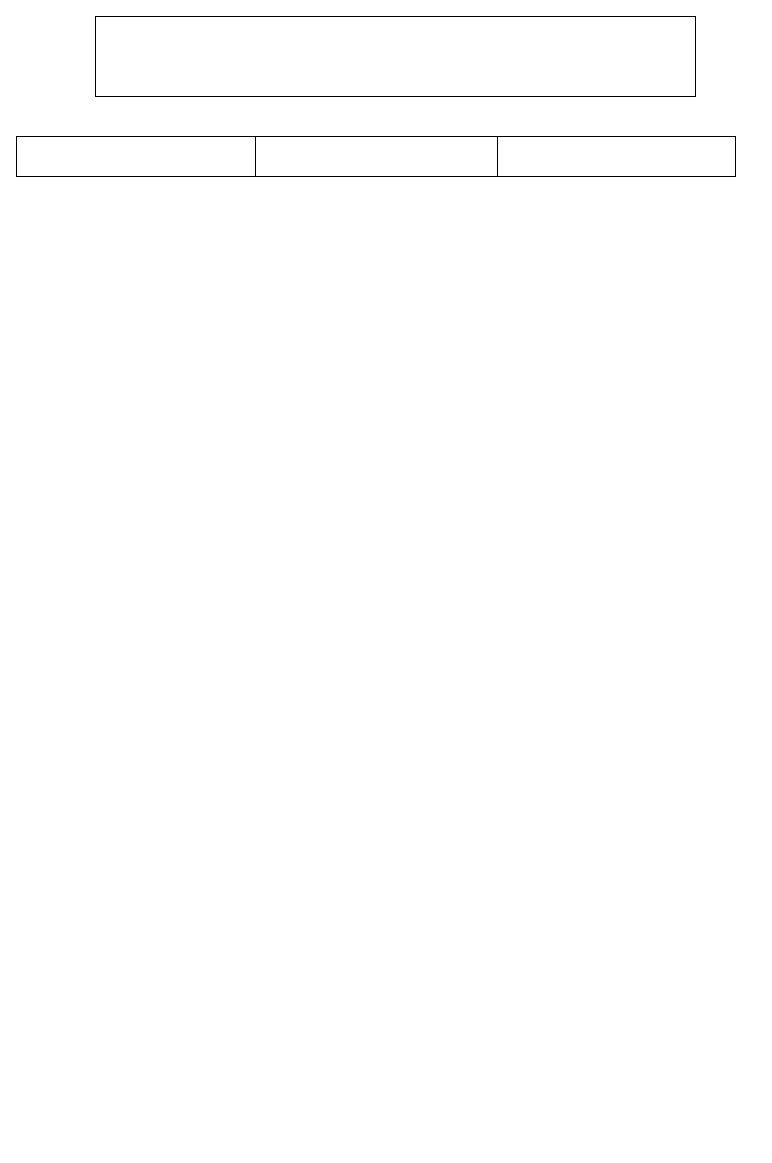
Above: Diagramme sans nom.drawio in Ngouabira/valdy-ngouabira-portfolio (draw.io), before the change. Source tidied: cells renumbered, new cells numbered last; positions are measured from the earlier drawing's top-left corner, leaving out a move shared by most shapes. Both pictures are drawn from the tidied source at 100%, with x=0, y=0 at pixel (16, 16). Pictures stored in the file or linked from it are replaced by grey dashed boxes.
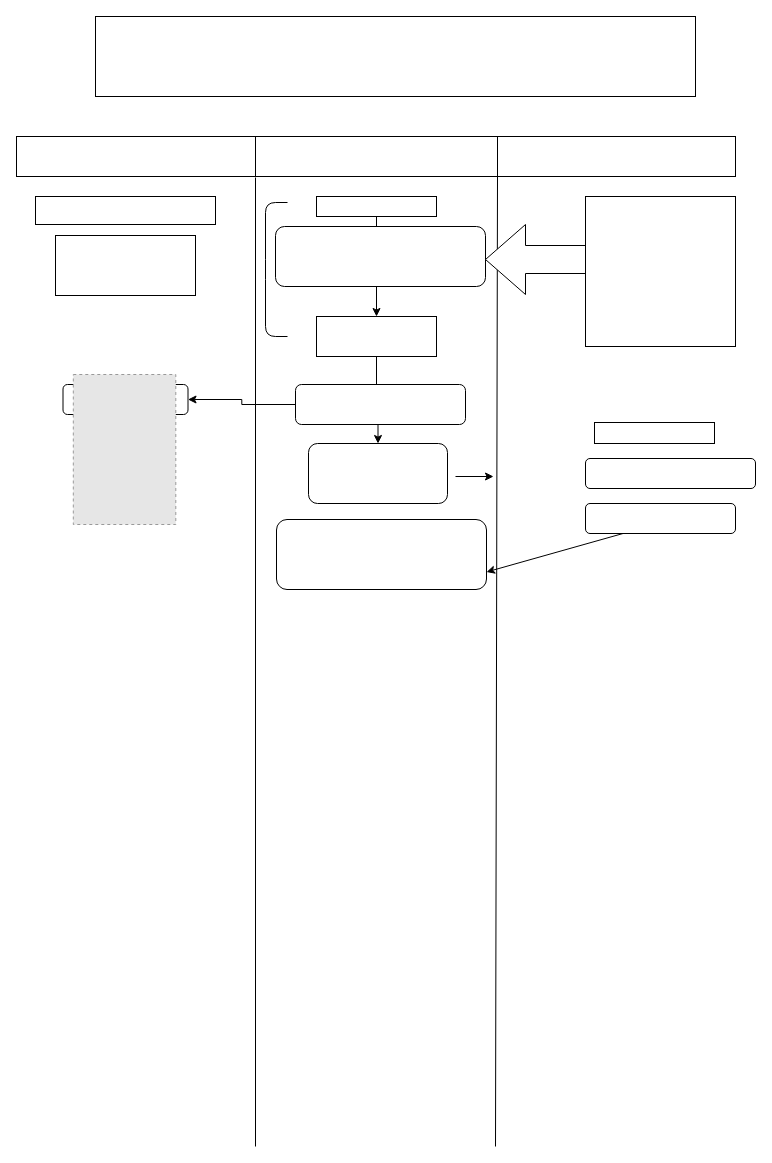
After the change.

Commit message:
Mettre à jour Diagramme sans nom.drawio

Diff of the diagram source:
```diff
@@
+    <mxCell id="6" style="endArrow=none;html=1;rounded=0;" parent="1" edge="1">
+      <mxGeometry relative="1" as="geometry">
+        <mxPoint x="239" y="1130" as="sourcePoint" />
+        <mxPoint x="239" y="161" as="targetPoint" />
+      </mxGeometry>
+    </mxCell>
+    <mxCell id="7" style="endArrow=none;html=1;rounded=0;" parent="1" edge="1">
+      <mxGeometry relative="1" as="geometry">
+        <mxPoint x="479" y="1130" as="sourcePoint" />
+        <mxPoint x="481" y="160" as="targetPoint" />
+      </mxGeometry>
+    </mxCell>
+    <mxCell id="8" style="rounded=0;whiteSpace=wrap;html=1;" parent="1" vertex="1">
+      <mxGeometry x="19" y="180" width="180" height="28" as="geometry" />
+    </mxCell>
+    <mxCell id="9" style="rounded=0;whiteSpace=wrap;html=1;" parent="1" vertex="1">
+      <mxGeometry x="39" y="219" width="140" height="60" as="geometry" />
+    </mxCell>
+    <mxCell id="10" style="edgeStyle=orthogonalEdgeStyle;rounded=0;jettySize=auto;html=1;" parent="1" edge="1" source="11" target="15">
+      <mxGeometry relative="1" as="geometry" />
+    </mxCell>
+    <mxCell id="11" style="rounded=0;whiteSpace=wrap;html=1;" parent="1" vertex="1">
+      <mxGeometry x="300" y="180" width="120" height="20" as="geometry" />
+    </mxCell>
+    <mxCell id="12" style="rounded=1;whiteSpace=wrap;html=1;" parent="1" vertex="1">
+      <mxGeometry x="259" y="210" width="210" height="60" as="geometry" />
+    </mxCell>
+    <mxCell id="13" style="shape=curlyBracket;whiteSpace=wrap;html=1;rounded=1;labelPosition=left;verticalLabelPosition=middle;align=right;verticalAlign=middle;size=0;" parent="1" vertex="1">
+      <mxGeometry x="249" y="186" width="22" height="134" as="geometry" />
+    </mxCell>
+    <mxCell id="14" style="edgeStyle=orthogonalEdgeStyle;rounded=0;jettySize=auto;html=1;" parent="1" edge="1" source="15" target="20">
+      <mxGeometry relative="1" as="geometry" />
+    </mxCell>
+    <mxCell id="15" style="rounded=0;whiteSpace=wrap;html=1;" parent="1" vertex="1">
+      <mxGeometry x="300" y="300" width="120" height="40" as="geometry" />
+    </mxCell>
+    <mxCell id="16" style="html=1;shadow=0;dashed=0;align=center;verticalAlign=middle;shape=mxgraph.arrows2.arrow;dy=0.6;dx=40;flipH=1;notch=0;" parent="1" vertex="1">
+      <mxGeometry x="469" y="208" width="100" height="70" as="geometry" />
+    </mxCell>
+    <mxCell id="17" style="rounded=0;whiteSpace=wrap;html=1;" parent="1" vertex="1">
+      <mxGeometry x="569" y="180" width="150" height="150" as="geometry" />
+    </mxCell>
+    <mxCell id="18" style="edgeStyle=orthogonalEdgeStyle;rounded=0;jettySize=auto;html=1;" parent="1" edge="1" source="19" target="26">
+      <mxGeometry relative="1" as="geometry" />
+    </mxCell>
+    <mxCell id="19" style="rounded=1;whiteSpace=wrap;html=1;" parent="1" vertex="1">
+      <mxGeometry x="279" y="368" width="170" height="40" as="geometry" />
+    </mxCell>
+    <mxCell id="20" style="rounded=1;whiteSpace=wrap;html=1;" parent="1" vertex="1">
+      <mxGeometry x="292" y="427" width="139" height="60" as="geometry" />
+    </mxCell>
+    <mxCell id="21" style="rounded=1;whiteSpace=wrap;html=1;" parent="1" vertex="1">
+      <mxGeometry x="260" y="503" width="210" height="70" as="geometry" />
+    </mxCell>
+    <mxCell id="22" style="rounded=1;whiteSpace=wrap;html=1;" parent="1" vertex="1">
+      <mxGeometry x="569" y="442" width="170" height="30" as="geometry" />
+    </mxCell>
+    <mxCell id="23" style="rounded=0;whiteSpace=wrap;html=1;" parent="1" vertex="1">
+      <mxGeometry x="578" y="406" width="120" height="21" as="geometry" />
+    </mxCell>
+    <mxCell id="24" style="rounded=1;whiteSpace=wrap;html=1;" parent="1" vertex="1">
+      <mxGeometry x="569" y="487" width="150" height="30" as="geometry" />
+    </mxCell>
+    <mxCell id="25" style="endArrow=classic;html=1;rounded=0;entryX=1;entryY=0.75;entryDx=0;entryDy=0;exitX=0.25;exitY=1;exitDx=0;exitDy=0;" parent="1" edge="1" source="24" target="21">
+      <mxGeometry relative="1" as="geometry" />
+    </mxCell>
+    <mxCell id="26" style="rounded=1;whiteSpace=wrap;html=1;" parent="1" vertex="1">
+      <mxGeometry x="46.5" y="368" width="125" height="30" as="geometry" />
+    </mxCell>
+    <mxCell id="27" style="endArrow=classic;html=1;rounded=0;" parent="1" edge="1">
+      <mxGeometry relative="1" as="geometry">
+        <mxPoint x="439" y="460" as="sourcePoint" />
+        <mxPoint x="477" y="460" as="targetPoint" />
+      </mxGeometry>
+    </mxCell>
+    <mxCell id="28" style="fillColor=#E6E6E6;strokeColor=#999999;dashed=1;verticalLabelPosition=bottom;verticalAlign=top;" parent="1" vertex="1">
+      <mxGeometry x="56.8" y="358" width="102.5" height="150" as="geometry" />
+    </mxCell>
```
